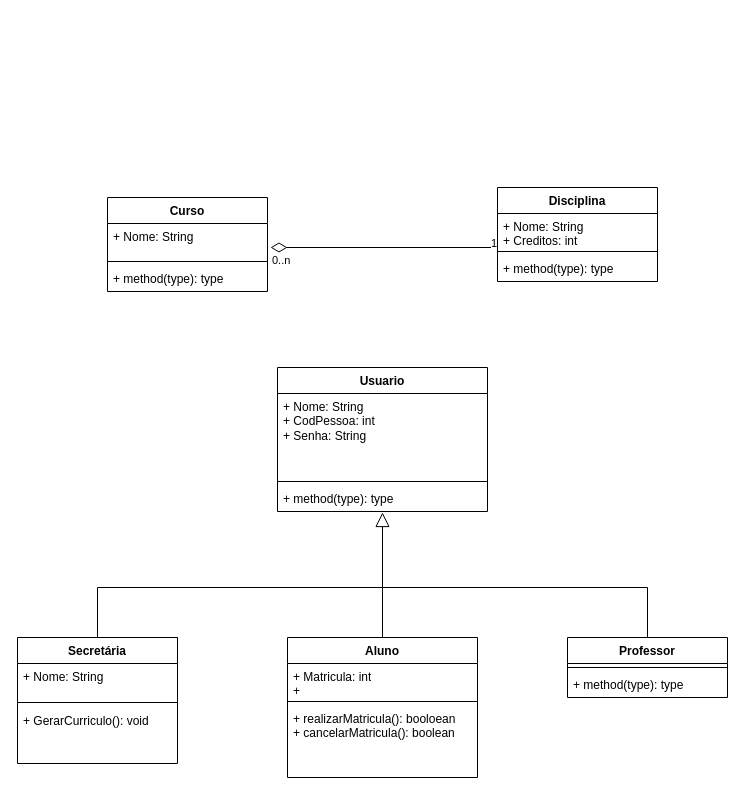
Before: projeto/DiagramaClasse.drawio in samuelincoln1/Projeto-LDS, a draw.io diagram. Source tidied: cells renumbered, new cells numbered last; positions are measured from the earlier drawing's top-left corner, leaving out a move shared by most shapes. Both pictures are drawn from the tidied source at 100%, with x=0, y=0 at pixel (17, 187).
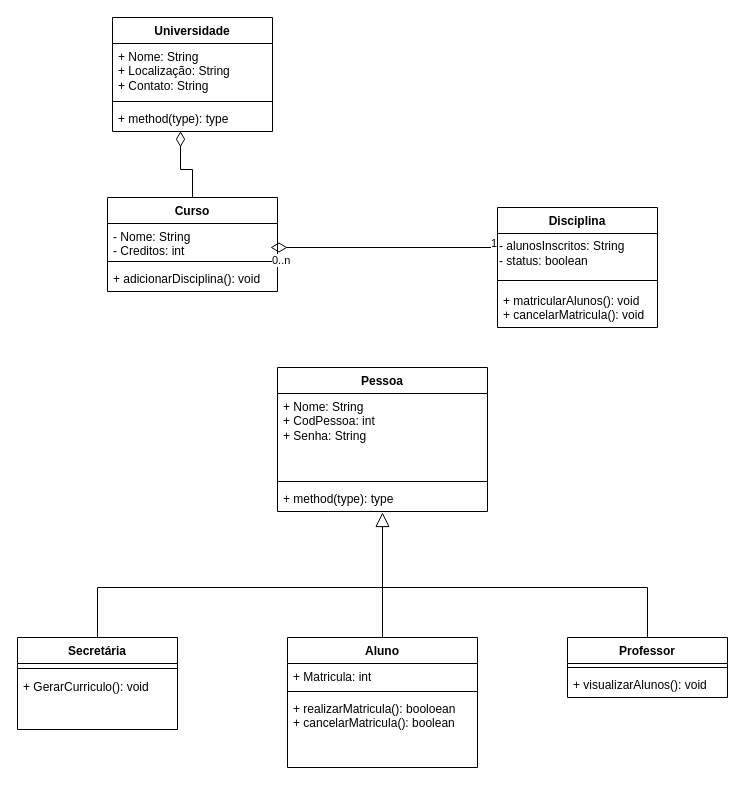
Above is the later version.

Unchanged cells that the change refers to:
```xml
<mxCell id="20" value="Professor" style="swimlane;fontStyle=1;align=center;verticalAlign=top;horizontal=1;startSize=26;whiteSpace=wrap;html=1;" parent="1" vertex="1">
  <mxGeometry x="550" y="450" width="160" height="60" as="geometry" />
</mxCell>
```

Diff of the diagram source:
```diff
@@
+    <mxCell id="30" style="edgeStyle=orthogonalEdgeStyle;rounded=0;jettySize=auto;html=1;entryX=0.425;entryY=0.989;entryDx=0;entryDy=0;entryPerimeter=0;endArrow=diamondThin;endFill=0;endSize=13;strokeWidth=1;" parent="1" edge="1" source="2" target="35">
+      <mxGeometry relative="1" as="geometry" />
+    </mxCell>
     <mxCell id="2" value="Curso" style="swimlane;fontStyle=1;align=center;verticalAlign=top;horizontal=1;startSize=26;whiteSpace=wrap;html=1;" parent="1" vertex="1">
-      <mxGeometry x="90" y="10" width="160" height="94" as="geometry" />
+      <mxGeometry x="90" y="10" width="170" height="94" as="geometry" />
     </mxCell>
-    <mxCell id="3" value="+ Nome: String" style="text;strokeColor=none;fillColor=none;align=left;verticalAlign=top;spacingLeft=4;spacingRight=4;overflow=hidden;whiteSpace=wrap;html=1;" parent="2" vertex="1">
-      <mxGeometry y="26" width="160" height="34" as="geometry" />
+    <mxCell id="3" value="- Nome: String&lt;br style=&quot;border-color: var(--border-color);&quot;&gt;- Creditos: int" style="text;strokeColor=none;fillColor=none;align=left;verticalAlign=top;spacingLeft=4;spacingRight=4;overflow=hidden;whiteSpace=wrap;html=1;" parent="2" vertex="1">
+      <mxGeometry y="26" width="170" height="34" as="geometry" />
     </mxCell>
     <mxCell id="4" style="line;strokeWidth=1;fillColor=none;align=left;verticalAlign=middle;spacingTop=-1;spacingLeft=3;spacingRight=3;labelPosition=right;strokeColor=inherit;" parent="2" vertex="1">
-      <mxGeometry y="60" width="160" height="8" as="geometry" />
+      <mxGeometry y="60" width="170" height="8" as="geometry" />
     </mxCell>
-    <mxCell id="5" value="+ method(type): type" style="text;strokeColor=none;fillColor=none;align=left;verticalAlign=top;spacingLeft=4;spacingRight=4;overflow=hidden;whiteSpace=wrap;html=1;" parent="2" vertex="1">
-      <mxGeometry y="68" width="160" height="26" as="geometry" />
+    <mxCell id="5" value="+ adicionarDisciplina(): void" style="text;strokeColor=none;fillColor=none;align=left;verticalAlign=top;spacingLeft=4;spacingRight=4;overflow=hidden;whiteSpace=wrap;html=1;" parent="2" vertex="1">
+      <mxGeometry y="68" width="170" height="26" as="geometry" />
     </mxCell>
     <mxCell id="6" value="Disciplina" style="swimlane;fontStyle=1;align=center;verticalAlign=top;horizontal=1;startSize=26;whiteSpace=wrap;html=1;" parent="1" vertex="1">
-      <mxGeometry x="480" width="160" height="94" as="geometry" />
+      <mxGeometry x="480" y="20" width="160" height="120" as="geometry" />
     </mxCell>
-    <mxCell id="7" value="+ Nome: String&lt;br&gt;+ Creditos: int" style="text;strokeColor=none;fillColor=none;align=left;verticalAlign=top;spacingLeft=4;spacingRight=4;overflow=hidden;points=[[0,0.5],[1,0.5]];portConstraint=eastwest;whiteSpace=wrap;html=1;" parent="6" vertex="1">
-      <mxGeometry y="26" width="160" height="34" as="geometry" />
-    </mxCell>
+    <mxCell id="31" value="- alunosInscritos: String&lt;br&gt;- status: boolean" style="text;html=1;align=left;verticalAlign=middle;strokeColor=none;fillColor=none;" parent="6" vertex="1">
+      <mxGeometry y="26" width="160" height="40" as="geometry" />
+    </mxCell>
     <mxCell id="8" style="line;strokeWidth=1;fillColor=none;align=left;verticalAlign=middle;spacingTop=-1;spacingLeft=3;spacingRight=3;labelPosition=right;strokeColor=inherit;" parent="6" vertex="1">
-      <mxGeometry y="60" width="160" height="8" as="geometry" />
+      <mxGeometry y="66" width="160" height="14" as="geometry" />
     </mxCell>
-    <mxCell id="9" value="+ method(type): type" style="text;strokeColor=none;fillColor=none;align=left;verticalAlign=top;spacingLeft=4;spacingRight=4;overflow=hidden;whiteSpace=wrap;html=1;" parent="6" vertex="1">
-      <mxGeometry y="68" width="160" height="26" as="geometry" />
+    <mxCell id="9" value="+ matricularAlunos(): void&lt;br&gt;+ cancelarMatricula(): void" style="text;strokeColor=none;fillColor=none;align=left;verticalAlign=top;spacingLeft=4;spacingRight=4;overflow=hidden;whiteSpace=wrap;html=1;" parent="6" vertex="1">
+      <mxGeometry y="80" width="160" height="40" as="geometry" />
     </mxCell>
@@
     <mxCell id="11" value="Aluno" style="swimlane;fontStyle=1;align=center;verticalAlign=top;horizontal=1;startSize=26;whiteSpace=wrap;html=1;" parent="1" vertex="1">
-      <mxGeometry x="270" y="450" width="190" height="140" as="geometry" />
+      <mxGeometry x="270" y="450" width="190" height="130" as="geometry" />
     </mxCell>
-    <mxCell id="12" value="+ Matricula: int&lt;br&gt;+&amp;nbsp;" style="text;strokeColor=none;fillColor=none;align=left;verticalAlign=top;spacingLeft=4;spacingRight=4;overflow=hidden;whiteSpace=wrap;html=1;" parent="11" vertex="1">
-      <mxGeometry y="26" width="190" height="34" as="geometry" />
+    <mxCell id="12" value="+ Matricula: int" style="text;strokeColor=none;fillColor=none;align=left;verticalAlign=top;spacingLeft=4;spacingRight=4;overflow=hidden;whiteSpace=wrap;html=1;" parent="11" vertex="1">
+      <mxGeometry y="26" width="190" height="24" as="geometry" />
     </mxCell>
     <mxCell id="13" style="line;strokeWidth=1;fillColor=none;align=left;verticalAlign=middle;spacingTop=-1;spacingLeft=3;spacingRight=3;labelPosition=right;strokeColor=inherit;" parent="11" vertex="1">
-      <mxGeometry y="60" width="190" height="8" as="geometry" />
+      <mxGeometry y="50" width="190" height="8" as="geometry" />
     </mxCell>
     <mxCell id="14" value="+ realizarMatricula(): booloean&lt;br&gt;+ cancelarMatricula(): boolean" style="text;strokeColor=none;fillColor=none;align=left;verticalAlign=top;spacingLeft=4;spacingRight=4;overflow=hidden;whiteSpace=wrap;html=1;" parent="11" vertex="1">
-      <mxGeometry y="68" width="190" height="72" as="geometry" />
+      <mxGeometry y="58" width="190" height="72" as="geometry" />
     </mxCell>
-    <mxCell id="15" value="Usuario" style="swimlane;fontStyle=1;align=center;verticalAlign=top;horizontal=1;startSize=26;whiteSpace=wrap;html=1;" parent="1" vertex="1">
+    <mxCell id="15" value="Pessoa" style="swimlane;fontStyle=1;align=center;verticalAlign=top;horizontal=1;startSize=26;whiteSpace=wrap;html=1;" parent="1" vertex="1">
       <mxGeometry x="260" y="180" width="210" height="144" as="geometry" />
     </mxCell>
@@
-    <mxCell id="22" value="+ method(type): type" style="text;strokeColor=none;fillColor=none;align=left;verticalAlign=top;spacingLeft=4;spacingRight=4;overflow=hidden;whiteSpace=wrap;html=1;" parent="20" vertex="1">
+    <mxCell id="22" value="+ visualizarAlunos(): void" style="text;strokeColor=none;fillColor=none;align=left;verticalAlign=top;spacingLeft=4;spacingRight=4;overflow=hidden;whiteSpace=wrap;html=1;" parent="20" vertex="1">
       <mxGeometry y="34" width="160" height="26" as="geometry" />
     </mxCell>
     <mxCell id="23" value="Secretária" style="swimlane;fontStyle=1;align=center;verticalAlign=top;horizontal=1;startSize=26;whiteSpace=wrap;html=1;" parent="1" vertex="1">
-      <mxGeometry y="450" width="160" height="126" as="geometry" />
+      <mxGeometry y="450" width="160" height="92" as="geometry" />
     </mxCell>
-    <mxCell id="24" value="+ Nome: String" style="text;strokeColor=none;fillColor=none;align=left;verticalAlign=top;spacingLeft=4;spacingRight=4;overflow=hidden;whiteSpace=wrap;html=1;" parent="23" vertex="1">
-      <mxGeometry y="26" width="160" height="34" as="geometry" />
-    </mxCell>
     <mxCell id="25" style="line;strokeWidth=1;fillColor=none;align=left;verticalAlign=middle;spacingTop=-1;spacingLeft=3;spacingRight=3;labelPosition=right;strokeColor=inherit;" parent="23" vertex="1">
-      <mxGeometry y="60" width="160" height="10" as="geometry" />
+      <mxGeometry y="26" width="160" height="10" as="geometry" />
     </mxCell>
     <mxCell id="26" value="+ GerarCurriculo(): void" style="text;strokeColor=none;fillColor=none;align=left;verticalAlign=top;spacingLeft=4;spacingRight=4;overflow=hidden;whiteSpace=wrap;html=1;" parent="23" vertex="1">
-      <mxGeometry y="70" width="160" height="56" as="geometry" />
+      <mxGeometry y="36" width="160" height="56" as="geometry" />
     </mxCell>
-    <mxCell id="27" style="endArrow=none;html=1;endSize=12;startArrow=diamondThin;startSize=14;startFill=0;edgeStyle=orthogonalEdgeStyle;rounded=0;entryX=0;entryY=0.5;entryDx=0;entryDy=0;endFill=0;" parent="1" edge="1" target="7">
+    <mxCell id="27" style="endArrow=none;html=1;endSize=12;startArrow=diamondThin;startSize=14;startFill=0;edgeStyle=orthogonalEdgeStyle;rounded=0;entryX=0;entryY=0.5;entryDx=0;entryDy=0;endFill=0;" parent="1" edge="1">
       <mxGeometry relative="1" as="geometry">
         <mxPoint x="253" y="60" as="sourcePoint" />
+        <mxPoint x="480" y="43" as="targetPoint" />
         <Array as="points">
           <mxPoint x="480" y="60" />
         </Array>
       </mxGeometry>
     </mxCell>
@@
+    <mxCell id="32" value="Universidade" style="swimlane;fontStyle=1;align=center;verticalAlign=top;horizontal=1;startSize=26;whiteSpace=wrap;html=1;" parent="1" vertex="1">
+      <mxGeometry x="95" y="-170" width="160" height="114" as="geometry" />
+    </mxCell>
+    <mxCell id="33" value="+ Nome: String&lt;br style=&quot;border-color: var(--border-color);&quot;&gt;+ Localização: String&lt;br&gt;+ Contato: String" style="text;strokeColor=none;fillColor=none;align=left;verticalAlign=top;spacingLeft=4;spacingRight=4;overflow=hidden;whiteSpace=wrap;html=1;" parent="32" vertex="1">
+      <mxGeometry y="26" width="160" height="54" as="geometry" />
+    </mxCell>
+    <mxCell id="34" style="line;strokeWidth=1;fillColor=none;align=left;verticalAlign=middle;spacingTop=-1;spacingLeft=3;spacingRight=3;labelPosition=right;strokeColor=inherit;" parent="32" vertex="1">
+      <mxGeometry y="80" width="160" height="8" as="geometry" />
+    </mxCell>
+    <mxCell id="35" value="+ method(type): type" style="text;strokeColor=none;fillColor=none;align=left;verticalAlign=top;spacingLeft=4;spacingRight=4;overflow=hidden;points=[[0,0.5],[1,0.5]];portConstraint=eastwest;whiteSpace=wrap;html=1;" parent="32" vertex="1">
+      <mxGeometry y="88" width="160" height="26" as="geometry" />
+    </mxCell>
```
